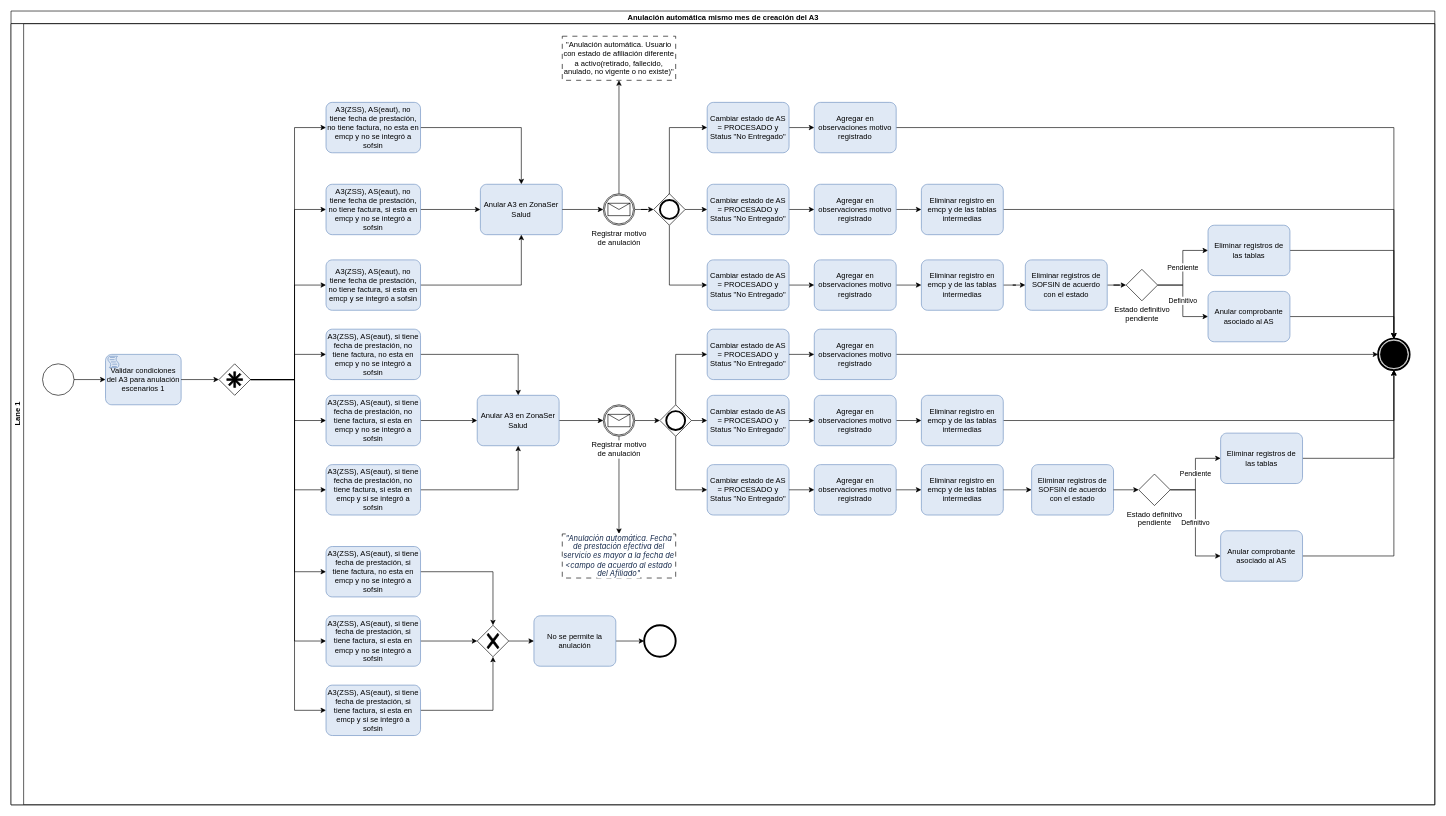
kevinjporto/Diagramas-de-procesos keeps this draw.io diagram as Anulación automática en el mismo mes del A3.drawio. Above is the earlier version. Source tidied: cells renumbered, new cells numbered last; positions are measured from the earlier drawing's top-left corner, leaving out a move shared by most shapes. Both pictures are drawn from the tidied source at 63%, with x=0, y=0 at pixel (11, 11).
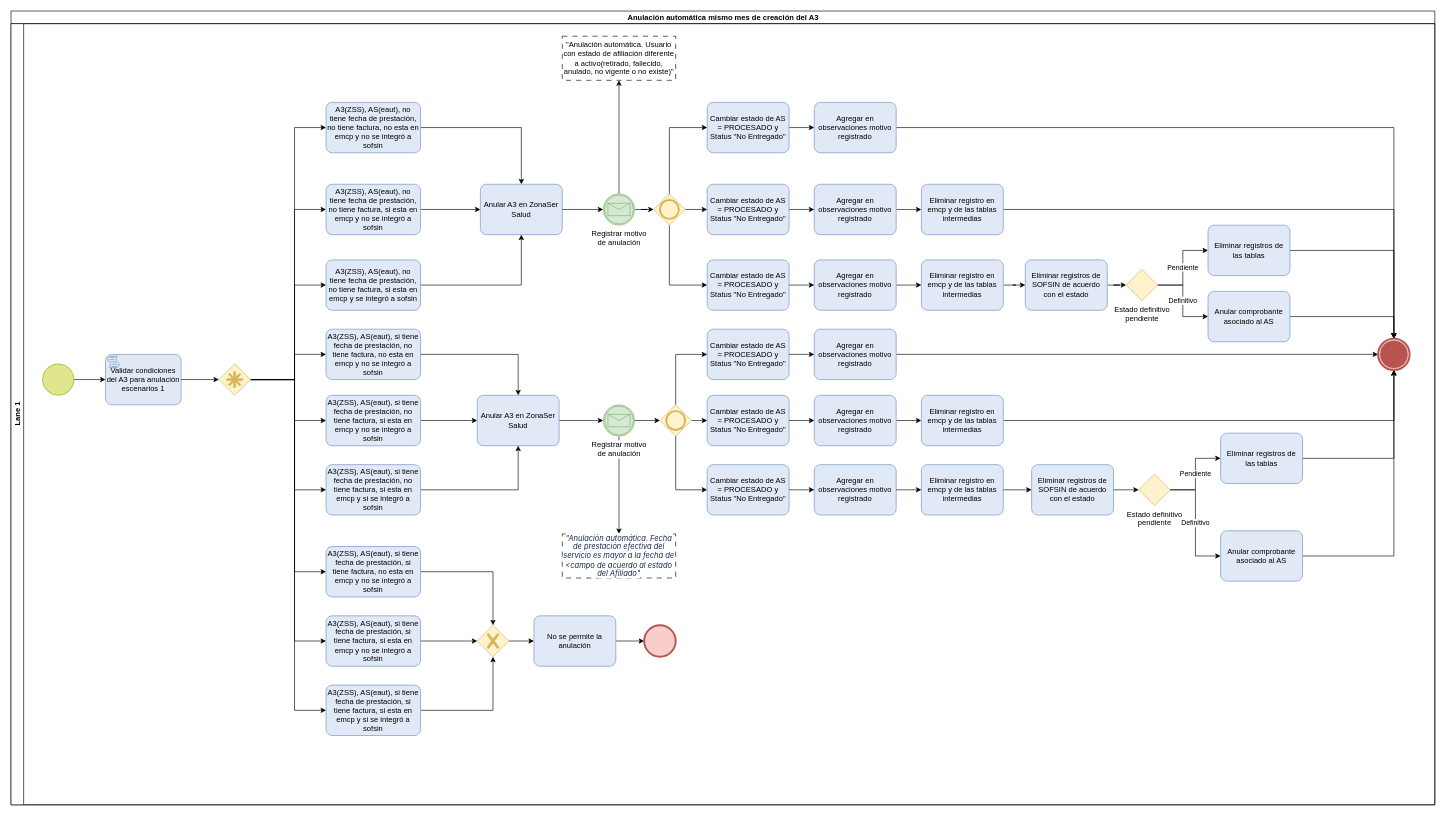
The same page after the edit.

The change refers to these unchanged cells:
```xml
<mxCell id="3" value="Lane 1" style="swimlane;startSize=20;horizontal=0;html=1;" parent="2" vertex="1">
  <mxGeometry y="20" width="2260" height="1240" as="geometry" />
</mxCell>
```

Change to the diagram source:
```diff
@@
-    <mxCell id="4" style="points=[[0.145,0.145,0],[0.5,0,0],[0.855,0.145,0],[1,0.5,0],[0.855,0.855,0],[0.5,1,0],[0.145,0.855,0],[0,0.5,0]];shape=mxgraph.bpmn.event;html=1;verticalLabelPosition=bottom;labelBackgroundColor=#ffffff;verticalAlign=top;align=center;perimeter=ellipsePerimeter;outlineConnect=0;outline=standard;symbol=general;" parent="3" vertex="1">
+    <mxCell id="4" style="points=[[0.145,0.145,0],[0.5,0,0],[0.855,0.145,0],[1,0.5,0],[0.855,0.855,0],[0.5,1,0],[0.145,0.855,0],[0,0.5,0]];shape=mxgraph.bpmn.event;html=1;verticalLabelPosition=bottom;labelBackgroundColor=#ffffff;verticalAlign=top;align=center;perimeter=ellipsePerimeter;outlineConnect=0;outline=standard;symbol=general;fillColor=#E0E68E;strokeColor=#95A81A;" parent="3" vertex="1">
       <mxGeometry x="50" y="540" width="50" height="50" as="geometry" />
     </mxCell>
@@
-    <mxCell id="16" style="points=[[0.25,0.25,0],[0.5,0,0],[0.75,0.25,0],[1,0.5,0],[0.75,0.75,0],[0.5,1,0],[0.25,0.75,0],[0,0.5,0]];shape=mxgraph.bpmn.gateway2;html=1;verticalLabelPosition=bottom;labelBackgroundColor=#ffffff;verticalAlign=top;align=center;perimeter=rhombusPerimeter;outlineConnect=0;outline=none;symbol=none;gwType=complex;" parent="3" vertex="1">
+    <mxCell id="16" style="points=[[0.25,0.25,0],[0.5,0,0],[0.75,0.25,0],[1,0.5,0],[0.75,0.75,0],[0.5,1,0],[0.25,0.75,0],[0,0.5,0]];shape=mxgraph.bpmn.gateway2;html=1;verticalLabelPosition=bottom;labelBackgroundColor=#ffffff;verticalAlign=top;align=center;perimeter=rhombusPerimeter;outlineConnect=0;outline=none;symbol=none;gwType=complex;fillColor=#fff2cc;strokeColor=#d6b656;" parent="3" vertex="1">
       <mxGeometry x="330" y="540" width="50" height="50" as="geometry" />
     </mxCell>
@@
-    <mxCell id="22" value="Registrar motivo&lt;br&gt;de anulación" style="points=[[0.145,0.145,0],[0.5,0,0],[0.855,0.145,0],[1,0.5,0],[0.855,0.855,0],[0.5,1,0],[0.145,0.855,0],[0,0.5,0]];shape=mxgraph.bpmn.event;html=1;verticalLabelPosition=bottom;labelBackgroundColor=#ffffff;verticalAlign=top;align=center;perimeter=ellipsePerimeter;outlineConnect=0;outline=boundInt;symbol=message;" parent="3" vertex="1">
+    <mxCell id="22" value="Registrar motivo&lt;br&gt;de anulación" style="points=[[0.145,0.145,0],[0.5,0,0],[0.855,0.145,0],[1,0.5,0],[0.855,0.855,0],[0.5,1,0],[0.145,0.855,0],[0,0.5,0]];shape=mxgraph.bpmn.event;html=1;verticalLabelPosition=bottom;labelBackgroundColor=#ffffff;verticalAlign=top;align=center;perimeter=ellipsePerimeter;outlineConnect=0;outline=boundInt;symbol=message;fillColor=#d5e8d4;strokeColor=#82b366;" parent="3" vertex="1">
       <mxGeometry x="940" y="270" width="50" height="50" as="geometry" />
     </mxCell>
@@
-    <mxCell id="41" style="points=[[0.25,0.25,0],[0.5,0,0],[0.75,0.25,0],[1,0.5,0],[0.75,0.75,0],[0.5,1,0],[0.25,0.75,0],[0,0.5,0]];shape=mxgraph.bpmn.gateway2;html=1;verticalLabelPosition=bottom;labelBackgroundColor=#ffffff;verticalAlign=top;align=center;perimeter=rhombusPerimeter;outlineConnect=0;outline=end;symbol=general;" parent="3" vertex="1">
+    <mxCell id="41" style="points=[[0.25,0.25,0],[0.5,0,0],[0.75,0.25,0],[1,0.5,0],[0.75,0.75,0],[0.5,1,0],[0.25,0.75,0],[0,0.5,0]];shape=mxgraph.bpmn.gateway2;html=1;verticalLabelPosition=bottom;labelBackgroundColor=#ffffff;verticalAlign=top;align=center;perimeter=rhombusPerimeter;outlineConnect=0;outline=end;symbol=general;fillColor=#fff2cc;strokeColor=#d6b656;" parent="3" vertex="1">
       <mxGeometry x="1020" y="270" width="50" height="50" as="geometry" />
     </mxCell>
@@
-    <mxCell id="54" value="Estado definitivo&lt;br&gt;pendiente" style="points=[[0.25,0.25,0],[0.5,0,0],[0.75,0.25,0],[1,0.5,0],[0.75,0.75,0],[0.5,1,0],[0.25,0.75,0],[0,0.5,0]];shape=mxgraph.bpmn.gateway2;html=1;verticalLabelPosition=bottom;labelBackgroundColor=#ffffff;verticalAlign=top;align=center;perimeter=rhombusPerimeter;outlineConnect=0;outline=none;symbol=none;" parent="3" vertex="1">
+    <mxCell id="54" value="Estado definitivo&lt;br&gt;pendiente" style="points=[[0.25,0.25,0],[0.5,0,0],[0.75,0.25,0],[1,0.5,0],[0.75,0.75,0],[0.5,1,0],[0.25,0.75,0],[0,0.5,0]];shape=mxgraph.bpmn.gateway2;html=1;verticalLabelPosition=bottom;labelBackgroundColor=#ffffff;verticalAlign=top;align=center;perimeter=rhombusPerimeter;outlineConnect=0;outline=none;symbol=none;fillColor=#fff2cc;strokeColor=#d6b656;" parent="3" vertex="1">
       <mxGeometry x="1770" y="390" width="50" height="50" as="geometry" />
     </mxCell>
@@
-    <mxCell id="76" style="points=[[0.25,0.25,0],[0.5,0,0],[0.75,0.25,0],[1,0.5,0],[0.75,0.75,0],[0.5,1,0],[0.25,0.75,0],[0,0.5,0]];shape=mxgraph.bpmn.gateway2;html=1;verticalLabelPosition=bottom;labelBackgroundColor=#ffffff;verticalAlign=top;align=center;perimeter=rhombusPerimeter;outlineConnect=0;outline=none;symbol=none;gwType=exclusive;" parent="3" vertex="1">
+    <mxCell id="76" style="points=[[0.25,0.25,0],[0.5,0,0],[0.75,0.25,0],[1,0.5,0],[0.75,0.75,0],[0.5,1,0],[0.25,0.75,0],[0,0.5,0]];shape=mxgraph.bpmn.gateway2;html=1;verticalLabelPosition=bottom;labelBackgroundColor=#ffffff;verticalAlign=top;align=center;perimeter=rhombusPerimeter;outlineConnect=0;outline=none;symbol=none;gwType=exclusive;fillColor=#fff2cc;strokeColor=#d6b656;" parent="3" vertex="1">
       <mxGeometry x="740" y="955" width="50" height="50" as="geometry" />
     </mxCell>
@@
-    <mxCell id="79" value="Registrar motivo&lt;br&gt;de anulación" style="points=[[0.145,0.145,0],[0.5,0,0],[0.855,0.145,0],[1,0.5,0],[0.855,0.855,0],[0.5,1,0],[0.145,0.855,0],[0,0.5,0]];shape=mxgraph.bpmn.event;html=1;verticalLabelPosition=bottom;labelBackgroundColor=#ffffff;verticalAlign=top;align=center;perimeter=ellipsePerimeter;outlineConnect=0;outline=boundInt;symbol=message;" parent="3" vertex="1">
+    <mxCell id="79" value="Registrar motivo&lt;br&gt;de anulación" style="points=[[0.145,0.145,0],[0.5,0,0],[0.855,0.145,0],[1,0.5,0],[0.855,0.855,0],[0.5,1,0],[0.145,0.855,0],[0,0.5,0]];shape=mxgraph.bpmn.event;html=1;verticalLabelPosition=bottom;labelBackgroundColor=#ffffff;verticalAlign=top;align=center;perimeter=ellipsePerimeter;outlineConnect=0;outline=boundInt;symbol=message;fillColor=#d5e8d4;strokeColor=#82b366;" parent="3" vertex="1">
       <mxGeometry x="940" y="605" width="50" height="50" as="geometry" />
     </mxCell>
@@
-    <mxCell id="93" style="points=[[0.25,0.25,0],[0.5,0,0],[0.75,0.25,0],[1,0.5,0],[0.75,0.75,0],[0.5,1,0],[0.25,0.75,0],[0,0.5,0]];shape=mxgraph.bpmn.gateway2;html=1;verticalLabelPosition=bottom;labelBackgroundColor=#ffffff;verticalAlign=top;align=center;perimeter=rhombusPerimeter;outlineConnect=0;outline=end;symbol=general;" parent="3" vertex="1">
+    <mxCell id="93" style="points=[[0.25,0.25,0],[0.5,0,0],[0.75,0.25,0],[1,0.5,0],[0.75,0.75,0],[0.5,1,0],[0.25,0.75,0],[0,0.5,0]];shape=mxgraph.bpmn.gateway2;html=1;verticalLabelPosition=bottom;labelBackgroundColor=#ffffff;verticalAlign=top;align=center;perimeter=rhombusPerimeter;outlineConnect=0;outline=end;symbol=general;fillColor=#fff2cc;strokeColor=#d6b656;" parent="3" vertex="1">
       <mxGeometry x="1030" y="605" width="50" height="50" as="geometry" />
     </mxCell>
@@
-    <mxCell id="102" value="Estado definitivo&lt;br&gt;pendiente" style="points=[[0.25,0.25,0],[0.5,0,0],[0.75,0.25,0],[1,0.5,0],[0.75,0.75,0],[0.5,1,0],[0.25,0.75,0],[0,0.5,0]];shape=mxgraph.bpmn.gateway2;html=1;verticalLabelPosition=bottom;labelBackgroundColor=#ffffff;verticalAlign=top;align=center;perimeter=rhombusPerimeter;outlineConnect=0;outline=none;symbol=none;" parent="3" vertex="1">
+    <mxCell id="102" value="Estado definitivo&lt;br&gt;pendiente" style="points=[[0.25,0.25,0],[0.5,0,0],[0.75,0.25,0],[1,0.5,0],[0.75,0.75,0],[0.5,1,0],[0.25,0.75,0],[0,0.5,0]];shape=mxgraph.bpmn.gateway2;html=1;verticalLabelPosition=bottom;labelBackgroundColor=#ffffff;verticalAlign=top;align=center;perimeter=rhombusPerimeter;outlineConnect=0;outline=none;symbol=none;fillColor=#fff2cc;strokeColor=#d6b656;" parent="3" vertex="1">
       <mxGeometry x="1790" y="715" width="50" height="50" as="geometry" />
     </mxCell>
@@
-    <mxCell id="110" style="points=[[0.145,0.145,0],[0.5,0,0],[0.855,0.145,0],[1,0.5,0],[0.855,0.855,0],[0.5,1,0],[0.145,0.855,0],[0,0.5,0]];shape=mxgraph.bpmn.event;html=1;verticalLabelPosition=bottom;labelBackgroundColor=#ffffff;verticalAlign=top;align=center;perimeter=ellipsePerimeter;outlineConnect=0;outline=end;symbol=terminate2;" parent="3" vertex="1">
+    <mxCell id="110" style="points=[[0.145,0.145,0],[0.5,0,0],[0.855,0.145,0],[1,0.5,0],[0.855,0.855,0],[0.5,1,0],[0.145,0.855,0],[0,0.5,0]];shape=mxgraph.bpmn.event;html=1;verticalLabelPosition=bottom;labelBackgroundColor=#ffffff;verticalAlign=top;align=center;perimeter=ellipsePerimeter;outlineConnect=0;outline=end;symbol=terminate2;fillColor=#f8cecc;strokeColor=#b85450;" parent="3" vertex="1">
       <mxGeometry x="1005" y="955" width="50" height="50" as="geometry" />
     </mxCell>
-    <mxCell id="111" style="points=[[0.145,0.145,0],[0.5,0,0],[0.855,0.145,0],[1,0.5,0],[0.855,0.855,0],[0.5,1,0],[0.145,0.855,0],[0,0.5,0]];shape=mxgraph.bpmn.event;html=1;verticalLabelPosition=bottom;labelBackgroundColor=#ffffff;verticalAlign=top;align=center;perimeter=ellipsePerimeter;outlineConnect=0;outline=end;symbol=terminate;" parent="3" vertex="1">
+    <mxCell id="111" style="points=[[0.145,0.145,0],[0.5,0,0],[0.855,0.145,0],[1,0.5,0],[0.855,0.855,0],[0.5,1,0],[0.145,0.855,0],[0,0.5,0]];shape=mxgraph.bpmn.event;html=1;verticalLabelPosition=bottom;labelBackgroundColor=#ffffff;verticalAlign=top;align=center;perimeter=ellipsePerimeter;outlineConnect=0;outline=end;symbol=terminate;fillColor=#f8cecc;strokeColor=#b85450;" parent="3" vertex="1">
       <mxGeometry x="2170" y="500" width="50" height="50" as="geometry" />
     </mxCell>
```
